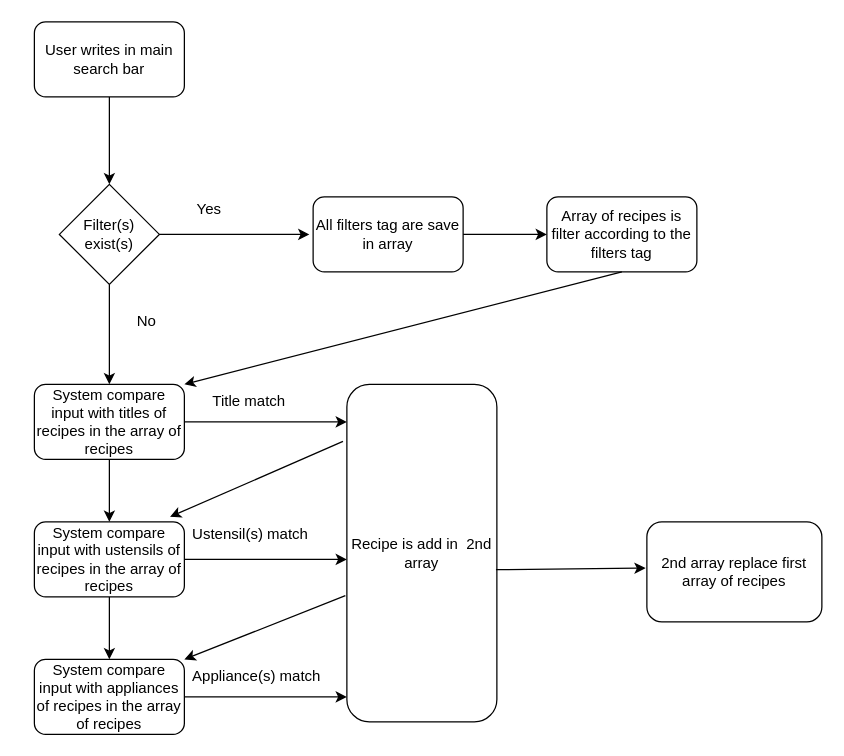
Before: Untitled Diagram.drawio in LouisMaupas/LesPetitsPlats, a draw.io diagram. Source tidied: cells renumbered, new cells numbered last; positions are measured from the earlier drawing's top-left corner, leaving out a move shared by most shapes. Both pictures are drawn from the tidied source at 125%, with x=0, y=0 at pixel (34, 21).
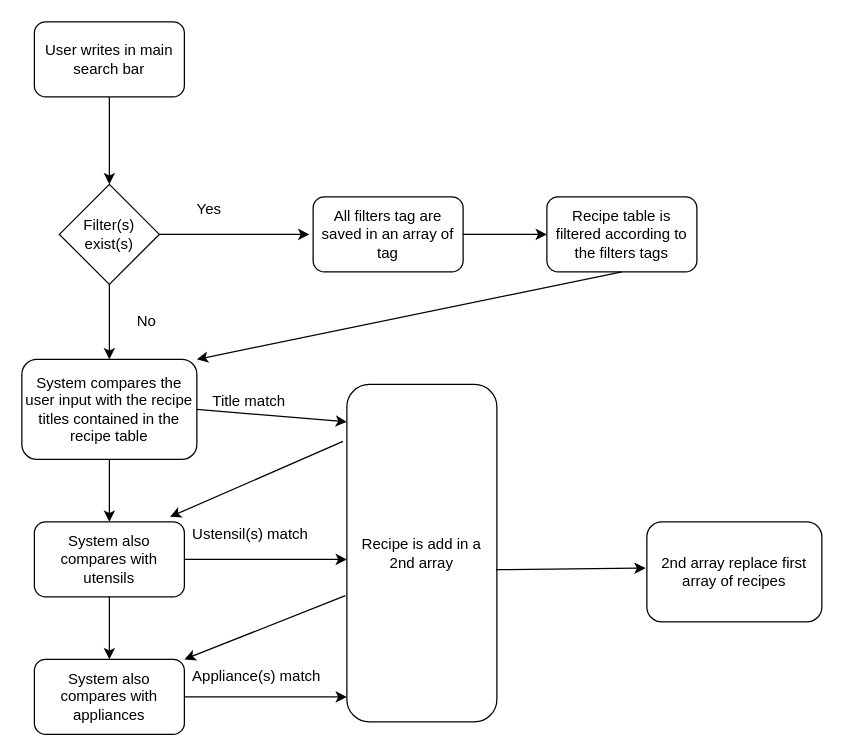
Above is the later version.

Commit message:
better eng

The change refers to these unchanged cells:
```xml
<mxCell id="3" value="Filter(s) exist(s)" style="rhombus;whiteSpace=wrap;html=1;" parent="1" vertex="1">
  <mxGeometry x="20" y="130" width="80" height="80" as="geometry" />
</mxCell>
```

What changed in the source:
```diff
@@
     <mxCell id="5" style="endArrow=classic;html=1;exitX=0.5;exitY=1;exitDx=0;exitDy=0;" parent="1" edge="1" source="3">
       <mxGeometry relative="1" as="geometry">
-        <mxPoint x="60" y="290" as="targetPoint" />
+        <mxPoint x="60" y="270" as="targetPoint" />
       </mxGeometry>
     </mxCell>
@@
-    <mxCell id="9" value="System compare input with titles of recipes in the array of recipes" style="rounded=1;whiteSpace=wrap;html=1;" parent="1" vertex="1">
-      <mxGeometry y="290" width="120" height="60" as="geometry" />
+    <mxCell id="9" value="System compares the user input with the recipe titles contained in the recipe table" style="rounded=1;whiteSpace=wrap;html=1;" parent="1" vertex="1">
+      <mxGeometry x="-10" y="270" width="140" height="80" as="geometry" />
     </mxCell>
@@
-    <mxCell id="13" value="System compare input with ustensils of recipes in the array of recipes" style="rounded=1;whiteSpace=wrap;html=1;" parent="1" vertex="1">
+    <mxCell id="13" value="System also compares with utensils" style="rounded=1;whiteSpace=wrap;html=1;" parent="1" vertex="1">
       <mxGeometry y="400" width="120" height="60" as="geometry" />
     </mxCell>
@@
-    <mxCell id="17" value="System compare input with appliances of recipes in the array of recipes" style="rounded=1;whiteSpace=wrap;html=1;" parent="1" vertex="1">
+    <mxCell id="17" value="System also compares with appliances" style="rounded=1;whiteSpace=wrap;html=1;" parent="1" vertex="1">
       <mxGeometry y="510" width="120" height="60" as="geometry" />
     </mxCell>
@@
-    <mxCell id="20" value="Recipe is add in&amp;nbsp; 2nd array" style="rounded=1;whiteSpace=wrap;html=1;" parent="1" vertex="1">
+    <mxCell id="20" value="Recipe is add in a 2nd array" style="rounded=1;whiteSpace=wrap;html=1;" parent="1" vertex="1">
       <mxGeometry x="250" y="290" width="120" height="270" as="geometry" />
     </mxCell>
@@
-    <mxCell id="23" value="All filters tag are save in array" style="rounded=1;whiteSpace=wrap;html=1;" parent="1" vertex="1">
+    <mxCell id="23" value="All filters tag are saved in an array of tag" style="rounded=1;whiteSpace=wrap;html=1;" parent="1" vertex="1">
       <mxGeometry x="223" y="140" width="120" height="60" as="geometry" />
     </mxCell>
@@
-    <mxCell id="26" value="Array of recipes is filter according to the filters tag" style="rounded=1;whiteSpace=wrap;html=1;" parent="1" vertex="1">
+    <mxCell id="26" value="Recipe table is filtered according to the filters tags" style="rounded=1;whiteSpace=wrap;html=1;" parent="1" vertex="1">
       <mxGeometry x="410" y="140" width="120" height="60" as="geometry" />
     </mxCell>
```
